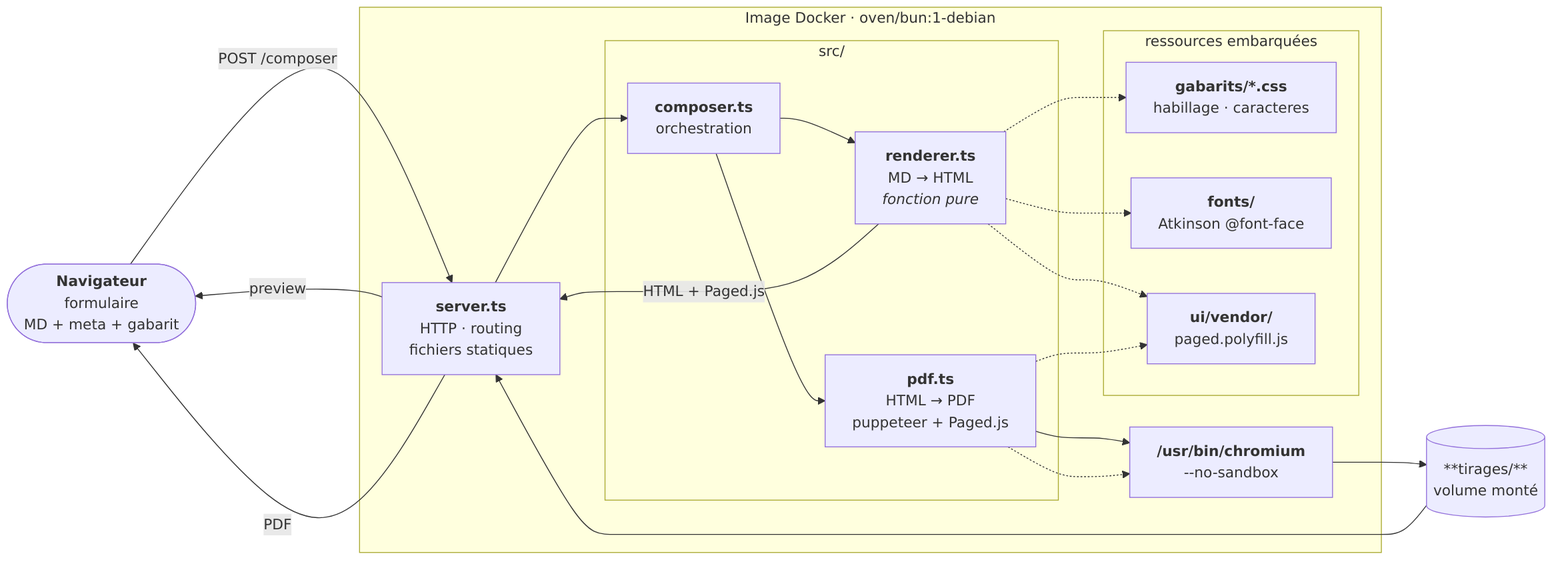
Above: docs/rendus/architecture.png in sans-titre/tampon (Mermaid), before the change. Its source is kept beside it as docs/diagrammes/architecture.mmd.
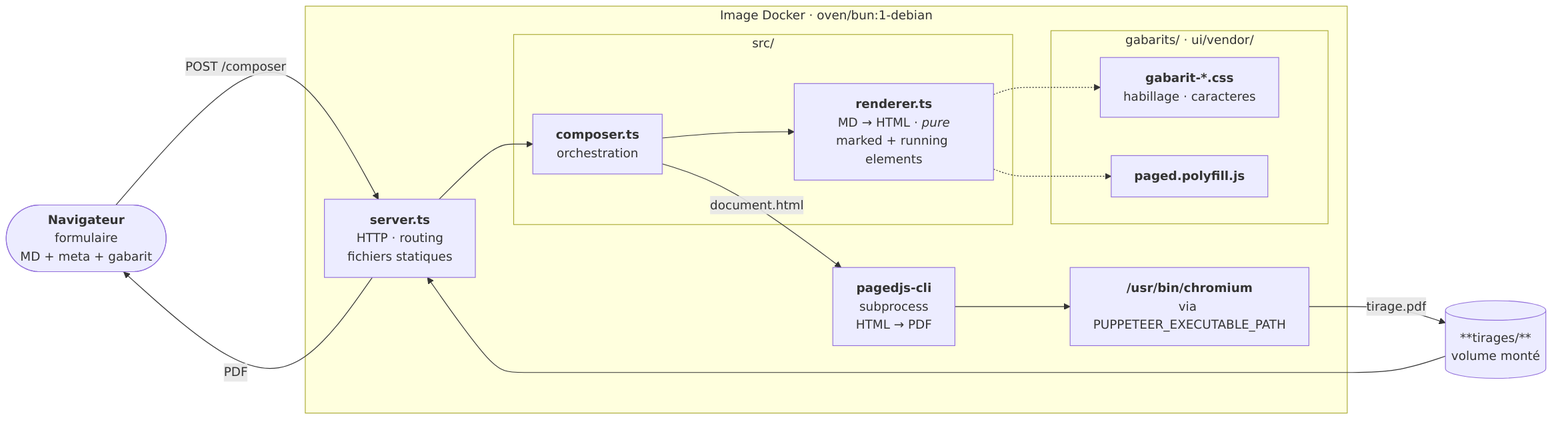
After the change.

Diff of the diagram source:
```diff
@@ -11,47 +11,38 @@
 
         subgraph SRC["src/"]
             direction TB
+            R["`**renderer.ts**
+            MD → HTML · *pure*
+            marked + running elements`"]
             C["`**composer.ts**
             orchestration`"]
-            R["`**renderer.ts**
-            MD → HTML
-            *fonction pure*`"]
-            P["`**pdf.ts**
-            HTML → PDF
-            puppeteer + Paged.js`"]
             C --> R
-            C --> P
         end
 
-        subgraph ASSETS["ressources embarquées"]
-            direction TB
-            CSS["`**gabarits/*.css**
-            habillage · caracteres`"]
-            FONTS["`**fonts/**
-            Atkinson @font-face`"]
-            POLYFILL["`**ui/vendor/**
-            paged.polyfill.js`"]
-        end
+        PAGEDJS["`**pagedjs-cli**
+        subprocess
+        HTML → PDF`"]
 
         CHROM["`**/usr/bin/chromium**
-        --no-sandbox`"]
+        via PUPPETEER_EXECUTABLE_PATH`"]
+
+        subgraph ASSETS["gabarits/ · ui/vendor/"]
+            CSS["`**gabarit-*.css**
+            habillage · caracteres`"]
+            POLYFILL["`**paged.polyfill.js**`"]
+        end
 
     end
 
     TIRAGES[("**tirages/**
     volume monté")]
 
-    USER       -->|"POST /composer"| SRV
-    SRV        -->                   C
-    R          -->|"HTML + Paged.js"| SRV
-    SRV        -->|"preview"| USER
-    P          -->              CHROM
-    CHROM      -->              TIRAGES
-    TIRAGES    -->              SRV
-    SRV        -->|"PDF"| USER
+    USER      -->|"POST /composer"| SRV
+    SRV       --> C
+    C         -->|"document.html"| PAGEDJS
+    PAGEDJS   --> CHROM
+    CHROM     -->|"tirage.pdf"| TIRAGES
+    TIRAGES   --> SRV
+    SRV       -->|"PDF"| USER
 
-    R          -.->  CSS
-    R          -.->  FONTS
-    R          -.->  POLYFILL
-    P          -.->  POLYFILL
-    P          -.->  CHROM
+    R         -.-> CSS & POLYFILL
```
